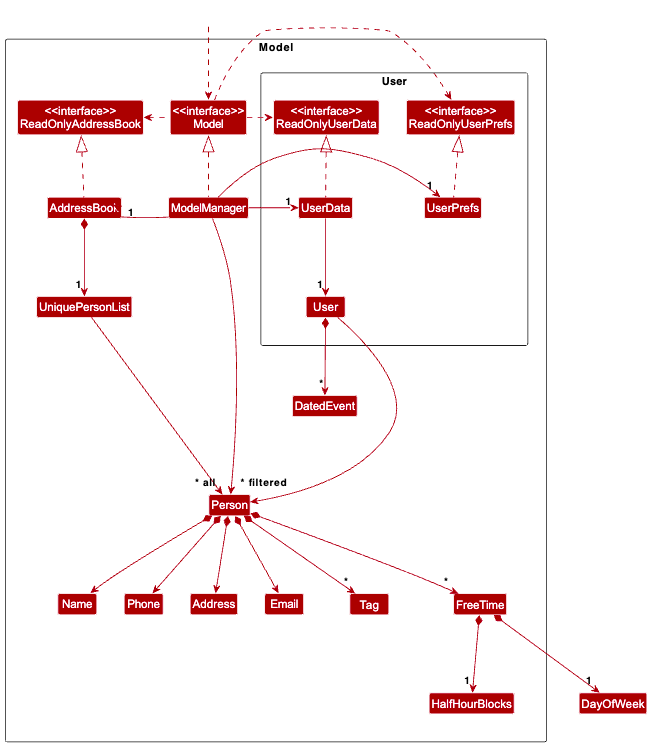
The PlantUML diagram docs/images/ModelClassDiagram.png in owenyeo/tp, before a commit. Its source is kept beside it as docs/diagrams/ModelClassDiagram.puml.
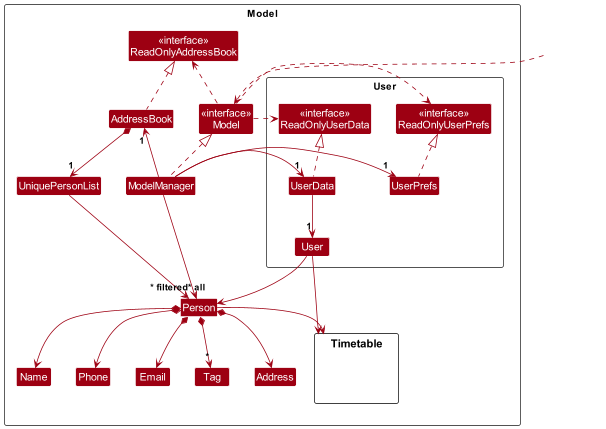
After the change.

What changed in the source:
```diff
@@ -12,23 +12,24 @@
 
 Class UniquePersonList
 Class Person
-Class User
 Class Address
 Class Email
 Class Name
 Class Phone
 Class Tag
-Class FreeTime
-Class HalfHourBlocks
-Class DatedEvent
 
-package User as "User" {
+package user as "User" {
 Class "<<interface>>\nReadOnlyUserData" as ReadOnlyUserData
 Class "<<interface>>\nReadOnlyUserPrefs" as ReadOnlyUserPrefs
 Class UserPrefs
 Class UserData
 Class User
 }
+
+package Timetable {
+Class Hidden #FFFFFF
+}
+
 Class I #FFFFFF
 }
 
@@ -55,19 +56,17 @@
 Person *--> Email
 Person *--> Address
 Person *--> "*" Tag
-Person *--> "*" FreeTime
-FreeTime *--> "1" HalfHourBlocks
-FreeTime *--> "1" DayOfWeek
+Person -down-> "Timetable"
+User -down-> "Timetable"
+
 
 User --> Person
-User *--> "*" DatedEvent
 
 Person -[hidden]up--> I
 UniquePersonList -[hidden]right-> I
 
 Name -[hidden]right-> Phone
 Phone -[hidden]right-> Address
-Address -[hidden]right-> Email
 
 ModelManager --> "~* filtered" Person
 @enduml
```
